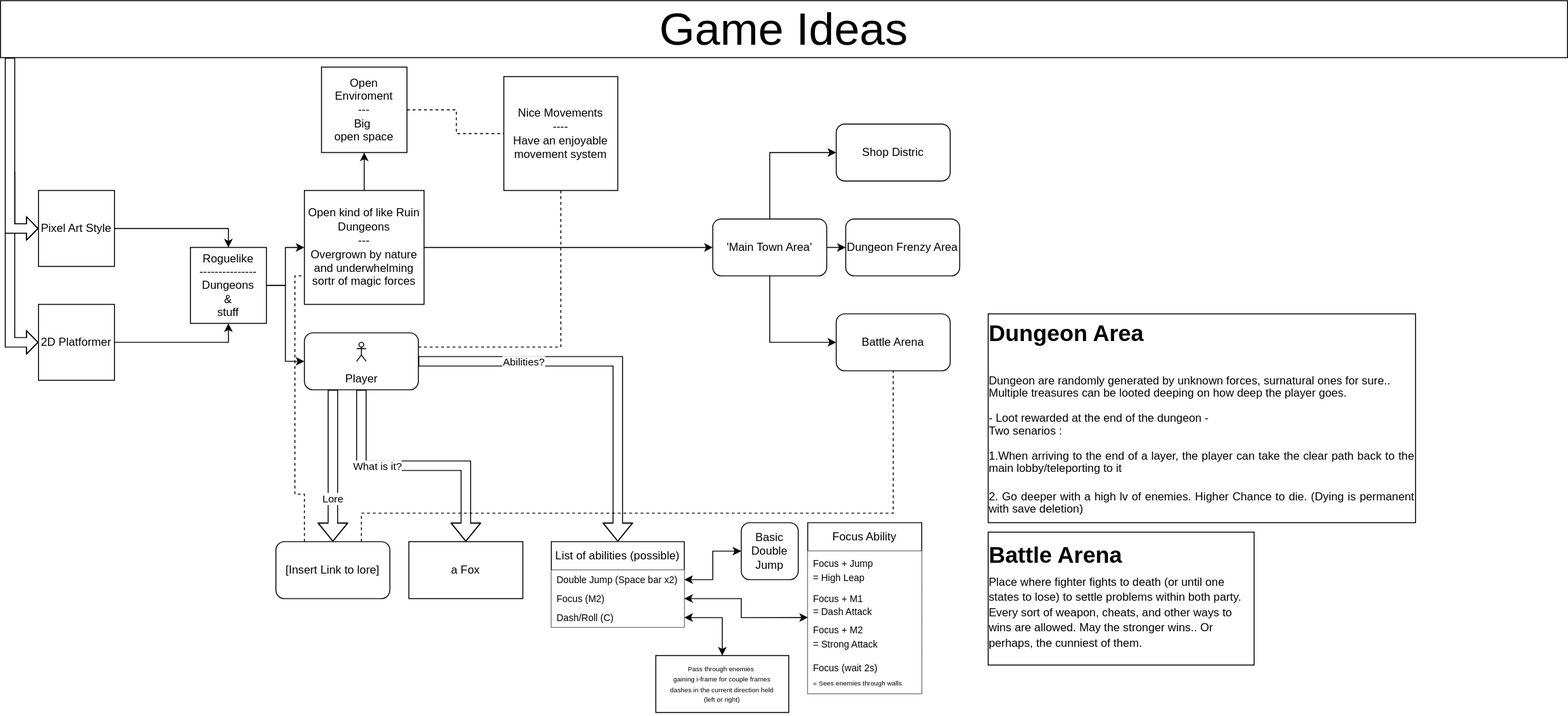
Before: Plans/2DGamePlanning.drawio.svg, a diagram exported from draw.io (UnknownRedFoxDev/2D-Game). Source tidied: cells renumbered, new cells last; positions are measured from the earlier drawing's top-left corner, leaving out a move shared by most shapes.
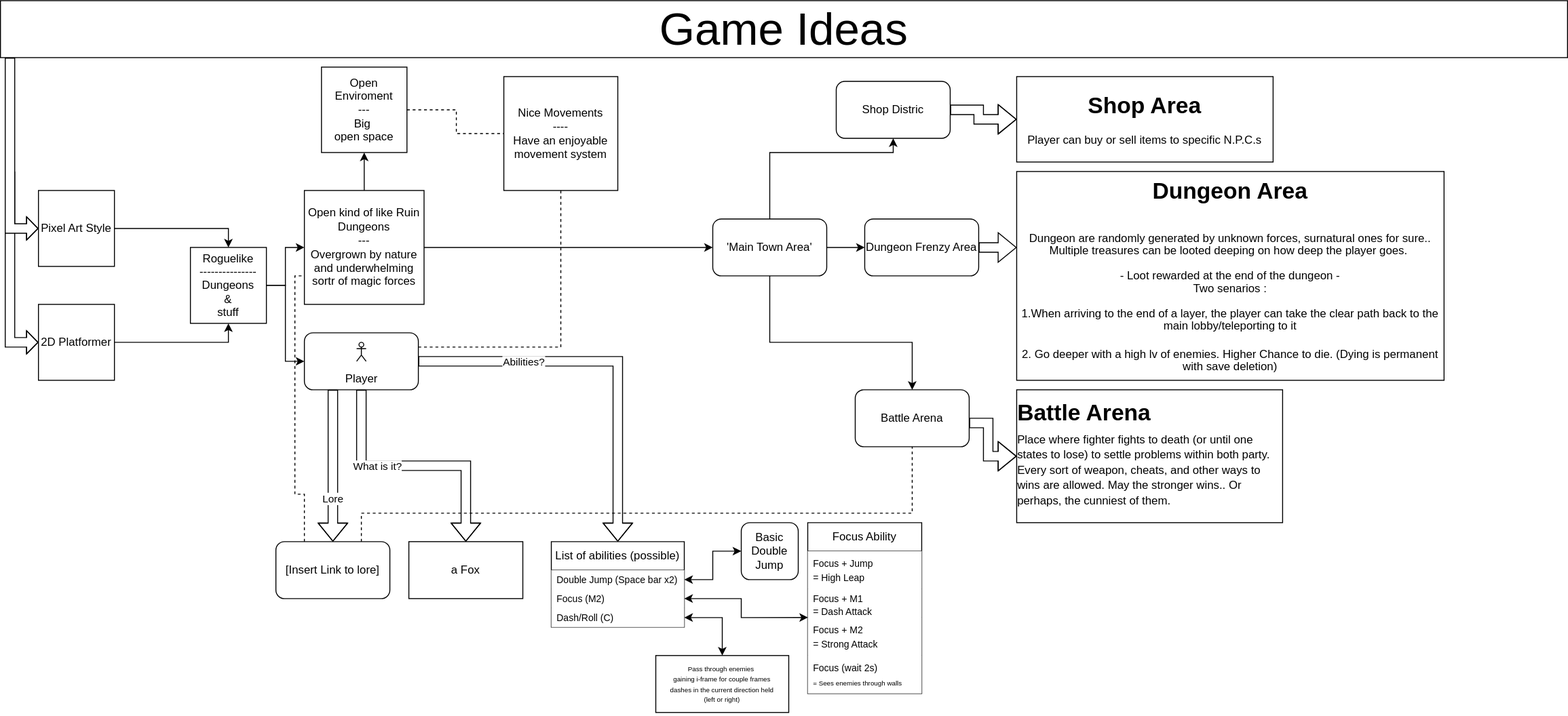
The same file after the commit.

Change to the diagram source:
```diff
@@ -202,22 +202,18 @@
     <mxCell id="47" style="endArrow=classic;html=1;rounded=0;exitX=1;exitY=0.5;exitDx=0;exitDy=0;" parent="1" edge="1" source="15" target="51">
       <mxGeometry relative="1" as="geometry" />
     </mxCell>
-    <mxCell id="48" style="edgeStyle=orthogonalEdgeStyle;rounded=0;jettySize=auto;html=1;" parent="1" edge="1" source="51">
+    <mxCell id="48" style="edgeStyle=orthogonalEdgeStyle;rounded=0;jettySize=auto;html=1;" parent="1" edge="1" source="51" target="52">
       <mxGeometry relative="1" as="geometry">
-        <mxPoint x="880" y="160" as="targetPoint" />
         <Array as="points">
           <mxPoint x="810" y="160" />
         </Array>
       </mxGeometry>
     </mxCell>
-    <mxCell id="49" style="edgeStyle=orthogonalEdgeStyle;rounded=0;jettySize=auto;html=1;" parent="1" edge="1" source="51">
-      <mxGeometry relative="1" as="geometry">
-        <mxPoint x="890" y="260" as="targetPoint" />
-      </mxGeometry>
+    <mxCell id="49" style="edgeStyle=orthogonalEdgeStyle;rounded=0;jettySize=auto;html=1;" parent="1" edge="1" source="51" target="53">
+      <mxGeometry relative="1" as="geometry" />
     </mxCell>
-    <mxCell id="50" style="edgeStyle=orthogonalEdgeStyle;rounded=0;jettySize=auto;html=1;" parent="1" edge="1" source="51">
+    <mxCell id="50" style="edgeStyle=orthogonalEdgeStyle;rounded=0;jettySize=auto;html=1;" parent="1" edge="1" source="51" target="54">
       <mxGeometry relative="1" as="geometry">
-        <mxPoint x="880" y="360" as="targetPoint" />
         <Array as="points">
           <mxPoint x="810" y="360" />
         </Array>
@@ -227,27 +223,50 @@
       <mxGeometry x="750" y="230" width="120" height="60" as="geometry" />
     </mxCell>
     <mxCell id="52" value="Shop Distric" style="rounded=1;whiteSpace=wrap;html=1;" parent="1" vertex="1">
-      <mxGeometry x="880" y="130" width="120" height="60" as="geometry" />
+      <mxGeometry x="880" y="85" width="120" height="60" as="geometry" />
     </mxCell>
     <mxCell id="53" value="Dungeon Frenzy Area" style="rounded=1;whiteSpace=wrap;html=1;" parent="1" vertex="1">
-      <mxGeometry x="890" y="230" width="120" height="60" as="geometry" />
+      <mxGeometry x="910" y="230" width="120" height="60" as="geometry" />
     </mxCell>
     <mxCell id="54" value="Battle Arena" style="rounded=1;whiteSpace=wrap;html=1;" parent="1" vertex="1">
-      <mxGeometry x="880" y="330" width="120" height="60" as="geometry" />
+      <mxGeometry x="900" y="410" width="120" height="60" as="geometry" />
     </mxCell>
     <mxCell id="55" style="endArrow=none;dashed=1;html=1;rounded=0;exitX=0.75;exitY=0;exitDx=0;exitDy=0;entryX=0.5;entryY=1;entryDx=0;entryDy=0;" parent="1" edge="1" source="26" target="54">
       <mxGeometry relative="1" as="geometry">
         <Array as="points">
           <mxPoint x="380" y="540" />
-          <mxPoint x="940" y="540" />
+          <mxPoint x="960" y="540" />
         </Array>
       </mxGeometry>
     </mxCell>
-    <mxCell id="56" value="&lt;h1 style=&quot;text-align: left; line-height: 26.4px;&quot;&gt;&lt;div style=&quot;text-align: justify; line-height: 26.4px;&quot;&gt;Dungeon Area&lt;/div&gt;&lt;div style=&quot;text-align: justify; line-height: 26.4px;&quot;&gt;&lt;span style=&quot;font-size: 12px;&quot;&gt;&lt;br&gt;&lt;/span&gt;&lt;/div&gt;&lt;span style=&quot;font-size: 12px; font-weight: 400;&quot;&gt;&lt;div style=&quot;text-align: justify; line-height: 13.2px;&quot;&gt;&lt;span style=&quot;background-color: initial;&quot;&gt;Dungeon are randomly generated by unknown forces, surnatural ones for sure..&lt;/span&gt;&lt;/div&gt;&lt;div style=&quot;text-align: justify; line-height: 13.2px;&quot;&gt;&lt;span style=&quot;background-color: initial;&quot;&gt;Multiple treasures can be looted deeping on how deep the player goes.&amp;nbsp;&lt;br&gt;&lt;/span&gt;&lt;span style=&quot;background-color: initial;&quot;&gt;&lt;br&gt;&lt;/span&gt;&lt;/div&gt;&lt;div style=&quot;text-align: justify; line-height: 13.2px;&quot;&gt;&lt;span style=&quot;background-color: initial;&quot;&gt;- Loot rewarded at the end of the dungeon - &lt;br&gt;Two senarios :&lt;br&gt;&lt;/span&gt;&lt;span style=&quot;background-color: initial;&quot;&gt;&lt;br&gt;&lt;/span&gt;&lt;/div&gt;&lt;div style=&quot;text-align: justify; line-height: 13.2px;&quot;&gt;&lt;span style=&quot;background-color: initial;&quot;&gt;1.When arriving to the end of a layer, the player can take the clear path back to the main lobby/teleporting to it&lt;/span&gt;&lt;/div&gt;&lt;/span&gt;&lt;/h1&gt;&lt;h1 style=&quot;text-align: left; line-height: 26.4px;&quot;&gt;&lt;span style=&quot;font-weight: 400; font-size: 12px;&quot;&gt;&lt;div style=&quot;text-align: justify; line-height: 13.2px;&quot;&gt;&lt;span style=&quot;background-color: initial;&quot;&gt;2. Go deeper with a high lv of enemies. Higher Chance to die. (Dying is permanent with save deletion)&lt;/span&gt;&lt;/div&gt;&lt;/span&gt;&lt;/h1&gt;" style="rounded=0;whiteSpace=wrap;html=1;" parent="1" vertex="1">
-      <mxGeometry x="1040" y="330" width="450" height="220" as="geometry" />
+    <mxCell id="56" value="&lt;h1 style=&quot;line-height: 26.4px;&quot;&gt;&lt;div style=&quot;line-height: 26.4px;&quot;&gt;Dungeon Area&lt;/div&gt;&lt;div style=&quot;line-height: 26.4px;&quot;&gt;&lt;span style=&quot;font-size: 12px;&quot;&gt;&lt;br&gt;&lt;/span&gt;&lt;/div&gt;&lt;span style=&quot;font-size: 12px; font-weight: 400;&quot;&gt;&lt;div style=&quot;line-height: 13.2px;&quot;&gt;&lt;span style=&quot;background-color: initial;&quot;&gt;Dungeon are randomly generated by unknown forces, surnatural ones for sure..&lt;/span&gt;&lt;/div&gt;&lt;div style=&quot;line-height: 13.2px;&quot;&gt;&lt;span style=&quot;background-color: initial;&quot;&gt;Multiple treasures can be looted deeping on how deep the player goes.&amp;nbsp;&lt;br&gt;&lt;/span&gt;&lt;span style=&quot;background-color: initial;&quot;&gt;&lt;br&gt;&lt;/span&gt;&lt;/div&gt;&lt;div style=&quot;line-height: 13.2px;&quot;&gt;&lt;span style=&quot;background-color: initial;&quot;&gt;- Loot rewarded at the end of the dungeon - &lt;br&gt;Two senarios :&lt;br&gt;&lt;/span&gt;&lt;span style=&quot;background-color: initial;&quot;&gt;&lt;br&gt;&lt;/span&gt;&lt;/div&gt;&lt;div style=&quot;line-height: 13.2px;&quot;&gt;&lt;span style=&quot;background-color: initial;&quot;&gt;1.When arriving to the end of a layer, the player can take the clear path back to the main lobby/teleporting to it&lt;/span&gt;&lt;/div&gt;&lt;/span&gt;&lt;/h1&gt;&lt;h1 style=&quot;line-height: 26.4px;&quot;&gt;&lt;span style=&quot;font-weight: 400; font-size: 12px;&quot;&gt;&lt;div style=&quot;line-height: 13.2px;&quot;&gt;&lt;span style=&quot;background-color: initial;&quot;&gt;2. Go deeper with a high lv of enemies. Higher Chance to die. (Dying is permanent with save deletion)&lt;/span&gt;&lt;/div&gt;&lt;/span&gt;&lt;/h1&gt;" style="rounded=0;whiteSpace=wrap;html=1;align=center;" parent="1" vertex="1">
+      <mxGeometry x="1070" y="180" width="450" height="220" as="geometry" />
     </mxCell>
     <mxCell id="57" value="&lt;h1 style=&quot;text-align: left; line-height: 12px;&quot;&gt;Battle Arena&lt;br&gt;&lt;br&gt;&lt;span style=&quot;background-color: initial; font-size: 12px; font-weight: normal;&quot;&gt;Place where fighter fights to death (or until one states to lose) to settle problems within both party.&amp;nbsp;&lt;br&gt;&lt;/span&gt;&lt;font style=&quot;font-size: 12px; font-weight: normal;&quot;&gt;Every sort of weapon, cheats, and other ways to wins are allowed. May the stronger wins.. Or perhaps, the cunniest of them.&lt;/font&gt;&lt;/h1&gt;" style="rounded=0;whiteSpace=wrap;html=1;" parent="1" vertex="1">
-      <mxGeometry x="1040" y="560" width="280" height="140" as="geometry" />
+      <mxGeometry x="1070" y="410" width="280" height="140" as="geometry" />
     </mxCell>
+    <mxCell id="58" value="&lt;font style=&quot;&quot;&gt;&lt;b style=&quot;font-size: 24px;&quot;&gt;Shop Area&lt;/b&gt;&lt;br&gt;&lt;br&gt;&lt;font style=&quot;font-size: 12px;&quot;&gt;Player can buy or sell items to specific N.P.C.s&lt;/font&gt;&lt;br&gt;&lt;/font&gt;" style="rounded=0;whiteSpace=wrap;html=1;" parent="1" vertex="1">
+      <mxGeometry x="1070" y="80" width="270" height="90" as="geometry" />
+    </mxCell>
+    <mxCell id="59" style="shape=flexArrow;endArrow=classic;html=1;rounded=0;entryX=0;entryY=0.5;entryDx=0;entryDy=0;" parent="1" edge="1" target="57">
+      <mxGeometry relative="1" as="geometry">
+        <mxPoint x="1020" y="445" as="sourcePoint" />
+        <Array as="points">
+          <mxPoint x="1040" y="445" />
+          <mxPoint x="1040" y="480" />
+        </Array>
+      </mxGeometry>
+    </mxCell>
+    <mxCell id="60" style="shape=flexArrow;endArrow=classic;html=1;rounded=0;entryX=0;entryY=0.364;entryDx=0;entryDy=0;entryPerimeter=0;exitX=1;exitY=0.5;exitDx=0;exitDy=0;" parent="1" edge="1" source="53" target="56">
+      <mxGeometry relative="1" as="geometry" />
+    </mxCell>
+    <mxCell id="61" style="shape=flexArrow;endArrow=classic;html=1;rounded=0;exitX=1;exitY=0.5;exitDx=0;exitDy=0;entryX=0;entryY=0.5;entryDx=0;entryDy=0;" parent="1" edge="1" source="52" target="58">
+      <mxGeometry relative="1" as="geometry">
+        <Array as="points">
+          <mxPoint x="1030" y="115" />
+          <mxPoint x="1030" y="125" />
+        </Array>
+      </mxGeometry>
+    </mxCell>
   </root>
 </mxGraphModel>
```
